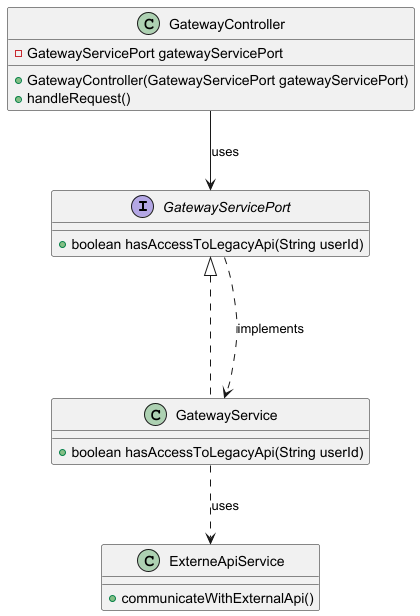
AIM-ENE-feb25/triptop-groep-b5 keeps this PlantUML diagram as week 2/les 3/pressure_cooker/klassen-diagram/klassendiagram-Confidentiality.png. Above is the earlier version.
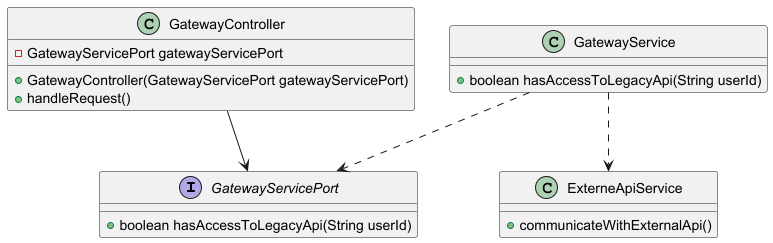
The same file after the commit.

Commit message:
Les 5  - week 2 Klassen diagram veranderd

The edit, as a diff of the source:
```diff
@@ -9,7 +9,7 @@
     + handleRequest()
 }
 
-class GatewayService implements GatewayServicePort {
+class GatewayService{
     + boolean hasAccessToLegacyApi(String userId)
 }
 
@@ -17,8 +17,8 @@
     + communicateWithExternalApi()
 }
 
-GatewayController --> GatewayServicePort : uses
-GatewayServicePort ...> GatewayService : implements
-GatewayService ..> ExterneApiService : uses
+GatewayController --> GatewayServicePort
+GatewayService ..> GatewayServicePort
+GatewayService ..> ExterneApiService
 
 @enduml
```
